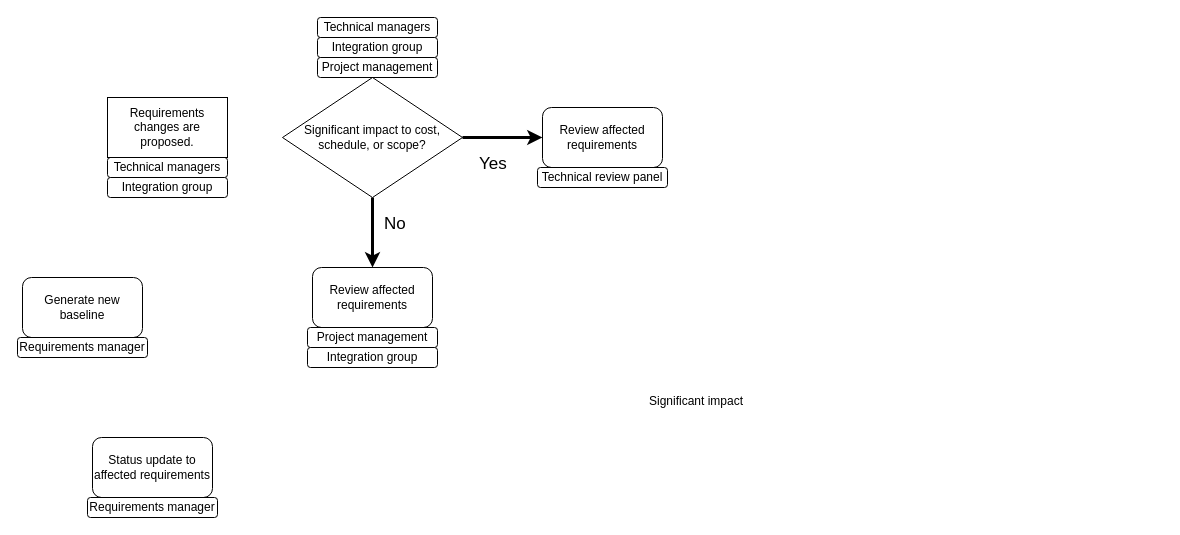
Before: change_control.drawio in awattsFNAL/Drawings, a draw.io diagram. Source tidied: cells renumbered, new cells numbered last; positions are measured from the earlier drawing's top-left corner, leaving out a move shared by most shapes. Both pictures are drawn from the tidied source at 100%, with x=0, y=0 at pixel (17, 17).
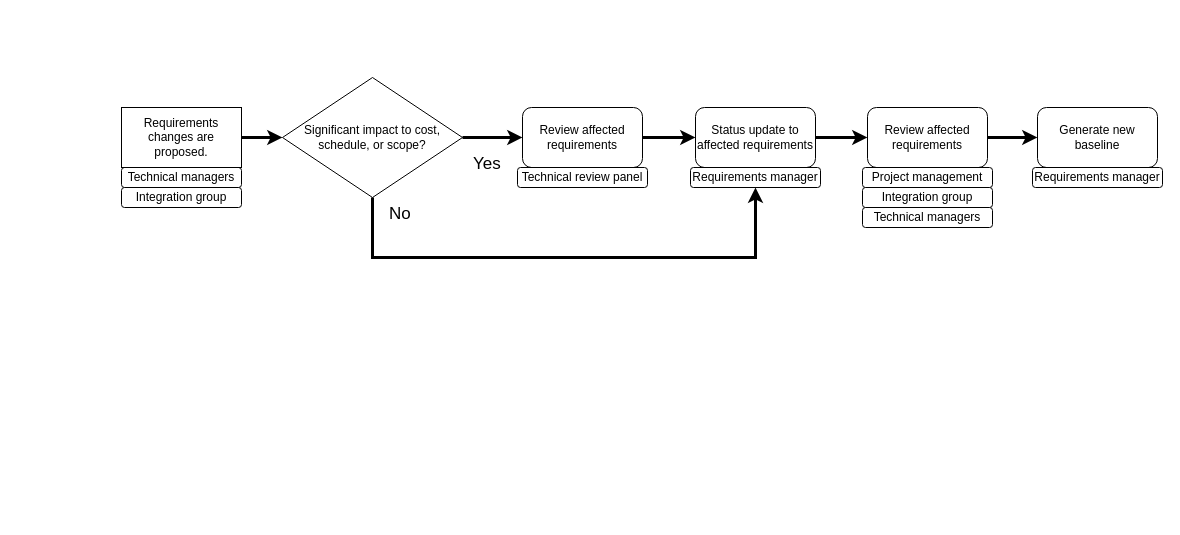
The same diagram, later.

The change refers to these unchanged cells:
```xml
<mxCell id="3" value="Review affected requirements" style="rounded=1;whiteSpace=wrap;html=1;" parent="2" vertex="1">
  <mxGeometry x="5" width="120" height="60" as="geometry" />
</mxCell>
<mxCell id="6" value="Status update to affected requirements" style="rounded=1;whiteSpace=wrap;html=1;" parent="5" vertex="1">
  <mxGeometry x="5" width="120" height="60" as="geometry" />
</mxCell>
<mxCell id="7" value="Requirements manager" style="rounded=1;whiteSpace=wrap;html=1;" parent="5" vertex="1">
  <mxGeometry y="60" width="130" height="20" as="geometry" />
</mxCell>
<mxCell id="9" value="Generate new baseline" style="rounded=1;whiteSpace=wrap;html=1;" parent="8" vertex="1">
  <mxGeometry x="5" width="120" height="60" as="geometry" />
</mxCell>
<mxCell id="17" value="Significant impact to cost, schedule, or scope?" style="rhombus;whiteSpace=wrap;html=1;" parent="1" vertex="1">
  <mxGeometry x="265" y="60" width="180" height="120" as="geometry" />
</mxCell>
<mxCell id="23" value="Review affected requirements" style="rounded=1;whiteSpace=wrap;html=1;" parent="22" vertex="1">
  <mxGeometry x="5" width="120" height="60" as="geometry" />
</mxCell>
```

The edit, as a diff of the source:
```diff
@@
     <mxCell id="2" style="group;" parent="1" vertex="1">
-      <mxGeometry x="520" y="90" width="130" height="80" as="geometry" />
+      <mxGeometry x="500" y="90" width="130" height="80" as="geometry" />
     </mxCell>
@@
     <mxCell id="5" style="group;" parent="1" vertex="1">
-      <mxGeometry x="70" y="420" width="130" height="80" as="geometry" />
+      <mxGeometry x="673" y="90" width="130" height="80" as="geometry" />
     </mxCell>
@@
     <mxCell id="8" style="group;" parent="1" vertex="1">
-      <mxGeometry y="260" width="130" height="80" as="geometry" />
+      <mxGeometry x="1015" y="90" width="130" height="80" as="geometry" />
     </mxCell>
@@
-    <mxCell id="11" style="endArrow=classic;html=1;rounded=0;strokeWidth=3;exitX=0.5;exitY=1;exitDx=0;exitDy=0;" parent="1" edge="1" source="17">
-      <mxGeometry relative="1" as="geometry">
-        <mxPoint x="355" y="250" as="targetPoint" />
-      </mxGeometry>
-    </mxCell>
     <mxCell id="12" value="No" style="text;whiteSpace=wrap;html=1;fontSize=17;" parent="1" vertex="1">
-      <mxGeometry x="365" y="190" width="30" height="30" as="geometry" />
+      <mxGeometry x="370" y="180" width="30" height="30" as="geometry" />
     </mxCell>
-    <mxCell id="13" value="Significant impact" style="text;whiteSpace=wrap;html=1;" parent="1" vertex="1">
-      <mxGeometry x="630" y="370" width="120" height="40" as="geometry" />
-    </mxCell>
-    <mxCell id="14" value="Technical managers" style="rounded=1;whiteSpace=wrap;html=1;" parent="1" vertex="1">
-      <mxGeometry x="90" y="140" width="120" height="20" as="geometry" />
-    </mxCell>
-    <mxCell id="15" value="Integration group" style="rounded=1;whiteSpace=wrap;html=1;" parent="1" vertex="1">
-      <mxGeometry x="90" y="160" width="120" height="20" as="geometry" />
-    </mxCell>
-    <mxCell id="16" value="Requirements changes are proposed." style="rounded=0;whiteSpace=wrap;html=1;" parent="1" vertex="1">
-      <mxGeometry x="90" y="80" width="120" height="60" as="geometry" />
-    </mxCell>
@@
-    <mxCell id="19" value="Technical managers" style="rounded=1;whiteSpace=wrap;html=1;" parent="1" vertex="1">
-      <mxGeometry x="300" width="120" height="20" as="geometry" />
-    </mxCell>
-    <mxCell id="20" value="Integration group" style="rounded=1;whiteSpace=wrap;html=1;" parent="1" vertex="1">
-      <mxGeometry x="300" y="20" width="120" height="20" as="geometry" />
-    </mxCell>
-    <mxCell id="21" value="Project management" style="rounded=1;whiteSpace=wrap;html=1;" parent="1" vertex="1">
-      <mxGeometry x="300" y="40" width="120" height="20" as="geometry" />
-    </mxCell>
     <mxCell id="22" style="group;" parent="1" vertex="1">
-      <mxGeometry x="290" y="250" width="130" height="100" as="geometry" />
+      <mxGeometry x="845" y="90" width="130" height="100" as="geometry" />
     </mxCell>
@@
     <mxCell id="26" value="Yes" style="text;whiteSpace=wrap;html=1;fontSize=17;" parent="1" vertex="1">
-      <mxGeometry x="460" y="130" width="30" height="30" as="geometry" />
+      <mxGeometry x="454" y="130" width="30" height="30" as="geometry" />
     </mxCell>
+    <mxCell id="27" style="endArrow=classic;html=1;rounded=0;strokeWidth=3;exitX=1;exitY=0.5;exitDx=0;exitDy=0;entryX=0;entryY=0.5;entryDx=0;entryDy=0;" parent="1" edge="1" source="16" target="17">
+      <mxGeometry relative="1" as="geometry" />
+    </mxCell>
+    <mxCell id="28" style="endArrow=classic;html=1;rounded=0;strokeWidth=3;exitX=0.5;exitY=1;exitDx=0;exitDy=0;entryX=0.5;entryY=1;entryDx=0;entryDy=0;" parent="1" edge="1" source="17" target="7">
+      <mxGeometry relative="1" as="geometry">
+        <Array as="points">
+          <mxPoint x="355" y="240" />
+          <mxPoint x="470" y="240" />
+          <mxPoint x="738" y="240" />
+        </Array>
+      </mxGeometry>
+    </mxCell>
+    <mxCell id="29" style="endArrow=classic;html=1;rounded=0;strokeWidth=3;exitX=1;exitY=0.5;exitDx=0;exitDy=0;entryX=0;entryY=0.5;entryDx=0;entryDy=0;" parent="1" edge="1" source="3" target="6">
+      <mxGeometry relative="1" as="geometry" />
+    </mxCell>
+    <mxCell id="30" style="endArrow=classic;html=1;rounded=0;strokeWidth=3;exitX=1;exitY=0.5;exitDx=0;exitDy=0;entryX=0;entryY=0.5;entryDx=0;entryDy=0;" parent="1" edge="1" source="6" target="23">
+      <mxGeometry relative="1" as="geometry" />
+    </mxCell>
+    <mxCell id="31" style="endArrow=classic;html=1;rounded=0;strokeWidth=3;entryX=0;entryY=0.5;entryDx=0;entryDy=0;exitX=1;exitY=0.5;exitDx=0;exitDy=0;" parent="1" edge="1" source="23" target="9">
+      <mxGeometry relative="1" as="geometry" />
+    </mxCell>
+    <mxCell id="19" value="Technical managers" style="rounded=1;whiteSpace=wrap;html=1;" parent="1" vertex="1">
+      <mxGeometry x="845" y="190" width="130" height="20" as="geometry" />
+    </mxCell>
+    <mxCell id="32" style="group;" parent="1" vertex="1">
+      <mxGeometry x="104" y="90" width="120" height="100" as="geometry" />
+    </mxCell>
+    <mxCell id="14" value="Technical managers" style="rounded=1;whiteSpace=wrap;html=1;" parent="32" vertex="1">
+      <mxGeometry y="60" width="120" height="20" as="geometry" />
+    </mxCell>
+    <mxCell id="15" value="Integration group" style="rounded=1;whiteSpace=wrap;html=1;" parent="32" vertex="1">
+      <mxGeometry y="80" width="120" height="20" as="geometry" />
+    </mxCell>
+    <mxCell id="16" value="Requirements changes are proposed." style="rounded=0;whiteSpace=wrap;html=1;" parent="32" vertex="1">
+      <mxGeometry width="120" height="60" as="geometry" />
+    </mxCell>
```
